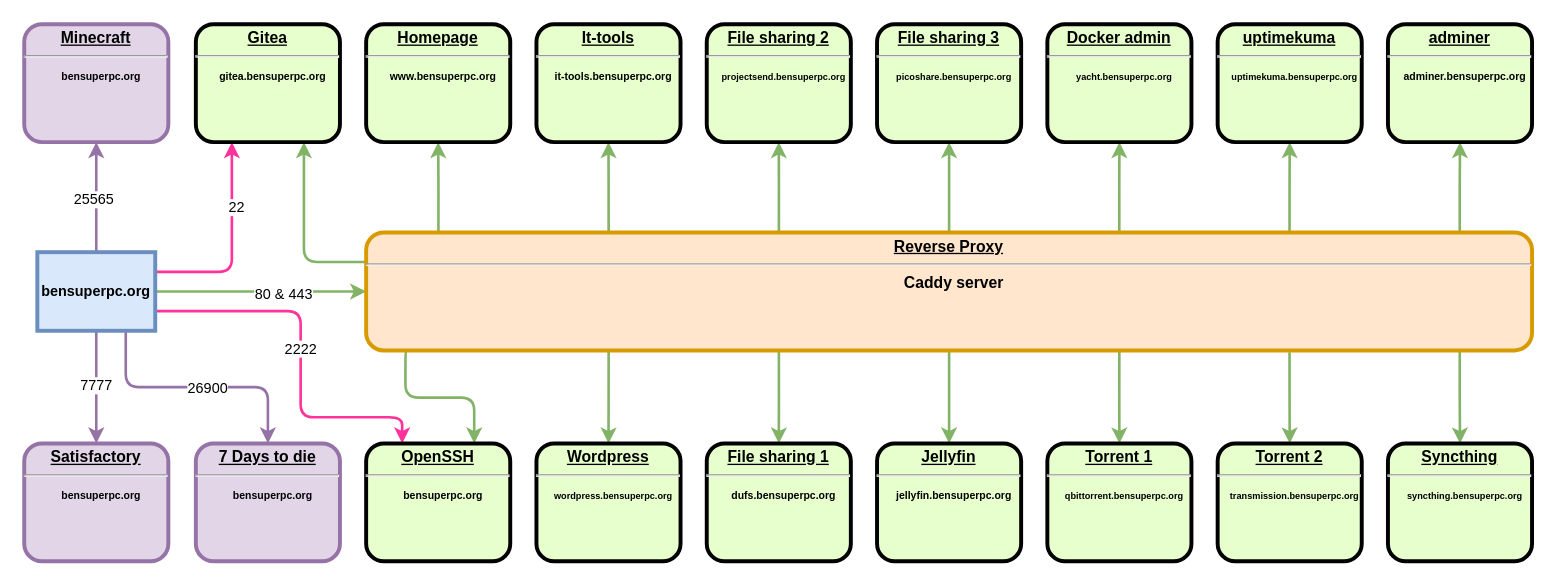
bensuperpc/infrastructure keeps this draw.io diagram as ressources/Arch.drawio. Above is the earlier version. Source tidied: cells renumbered, new cells numbered last; positions are measured from the earlier drawing's top-left corner, leaving out a move shared by most shapes. Both pictures are drawn from the tidied source at 131%, with x=0, y=0 at pixel (24, 24).
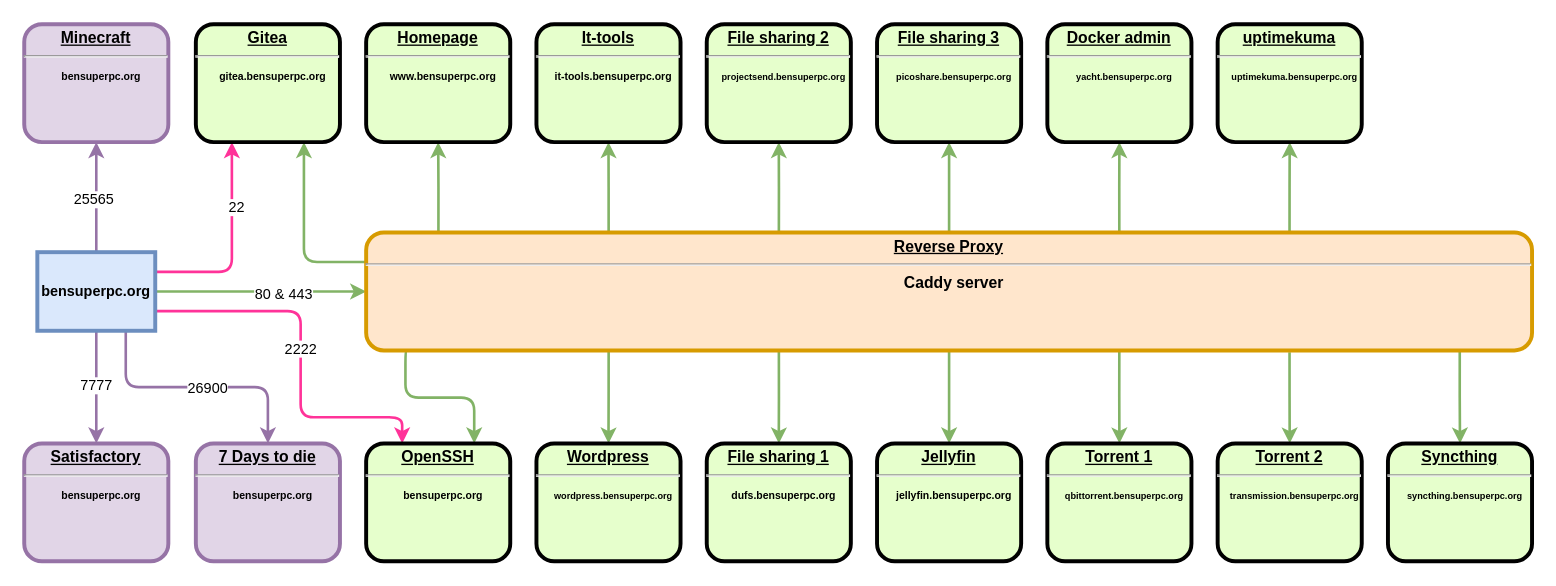
Above is the later version.

The change refers to these unchanged cells:
```xml
<mxCell id="30" value="&lt;p style=&quot;margin: 0px; margin-top: 4px; text-align: center; text-decoration: underline;&quot;&gt;&lt;strong&gt;Reverse Proxy&lt;/strong&gt;&lt;/p&gt;&lt;hr&gt;&lt;p style=&quot;margin: 0px; margin-left: 8px;&quot;&gt;Caddy server&lt;/p&gt;" style="verticalAlign=middle;align=center;overflow=fill;fontSize=12;fontFamily=Helvetica;html=1;rounded=1;fontStyle=1;strokeWidth=3;fillColor=#ffe6cc;strokeColor=#d79b00;" parent="1" vertex="1">
  <mxGeometry x="261" y="159" width="890" height="90" as="geometry" />
</mxCell>
```

Diff of the diagram source:
```diff
@@
-    <mxCell id="29" style="edgeStyle=orthogonalEdgeStyle;rounded=0;jettySize=auto;html=1;exitX=0.938;exitY=0.011;exitDx=0;exitDy=0;entryX=0.5;entryY=1;entryDx=0;entryDy=0;exitPerimeter=0;strokeWidth=2;fillColor=#d5e8d4;strokeColor=#82b366;" parent="1" edge="1" source="30" target="45">
+    <mxCell id="29" style="edgeStyle=orthogonalEdgeStyle;rounded=0;jettySize=auto;html=1;exitX=0.938;exitY=0.011;exitDx=0;exitDy=0;entryX=0.5;entryY=1;entryDx=0;entryDy=0;exitPerimeter=0;strokeWidth=2;fillColor=#d5e8d4;strokeColor=#82b366;" parent="1" edge="1" source="30">
       <mxGeometry relative="1" as="geometry" />
     </mxCell>
@@
-    <mxCell id="45" value="&lt;p style=&quot;margin: 4px 0px 0px; text-align: center; text-decoration: underline;&quot;&gt;adminer&lt;/p&gt;&lt;hr style=&quot;&quot;&gt;&lt;p style=&quot;margin: 0px 0px 0px 8px;&quot;&gt;&lt;font style=&quot;font-size: 8px;&quot;&gt;adminer.bensuperpc.org&lt;/font&gt;&lt;/p&gt;" style="verticalAlign=middle;align=center;overflow=fill;fontSize=12;fontFamily=Helvetica;html=1;rounded=1;fontStyle=1;strokeWidth=3;fillColor=#E6FFCC;" parent="1" vertex="1">
-      <mxGeometry x="1041" width="110" height="90" as="geometry" />
-    </mxCell>
```
